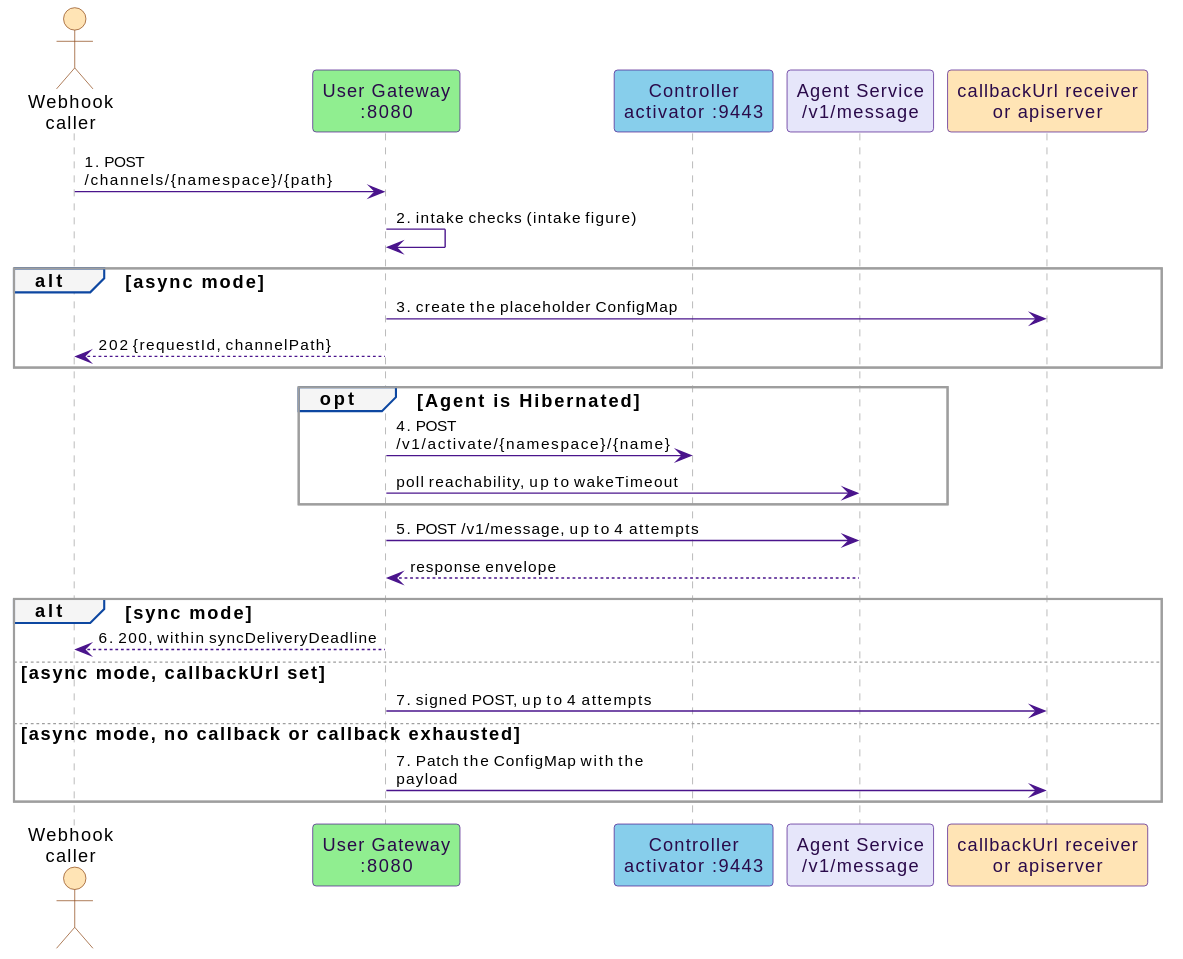
The PlantUML diagram guide/src/diagrams/user-webhook-flow.svg in win07xp/kaalm, before a commit.
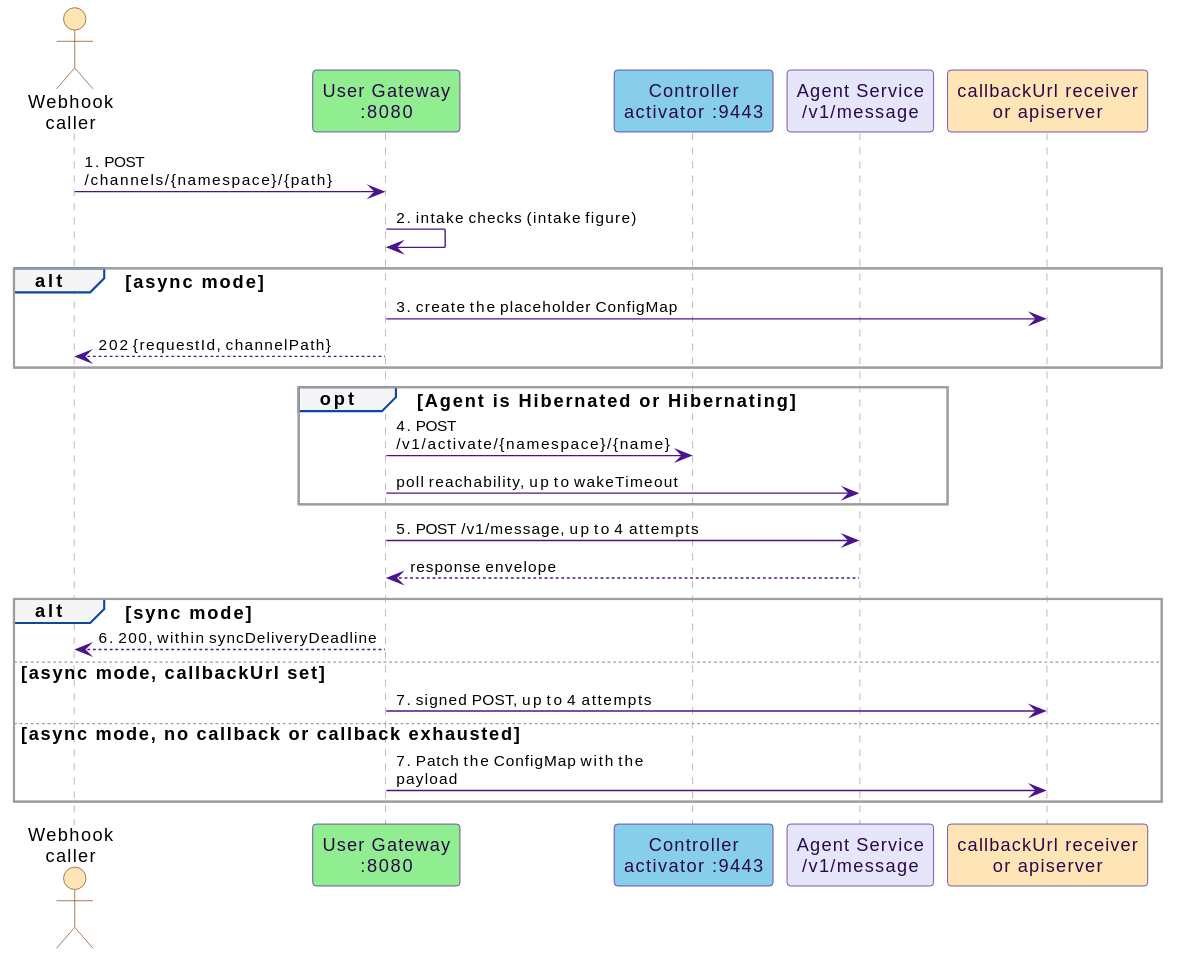
Later version of the same file.

What changed in the source:
```diff
@@ -13,7 +13,7 @@
   gw -> out : 3. create the placeholder ConfigMap
   gw --> caller : 202 {requestId, channelPath}
 end
-opt Agent is Hibernated
+opt Agent is Hibernated or Hibernating
   gw -> ctrl : 4. POST /v1/activate/{namespace}/{name}
   gw -> agent : poll reachability, up to wakeTimeout
 end
```
